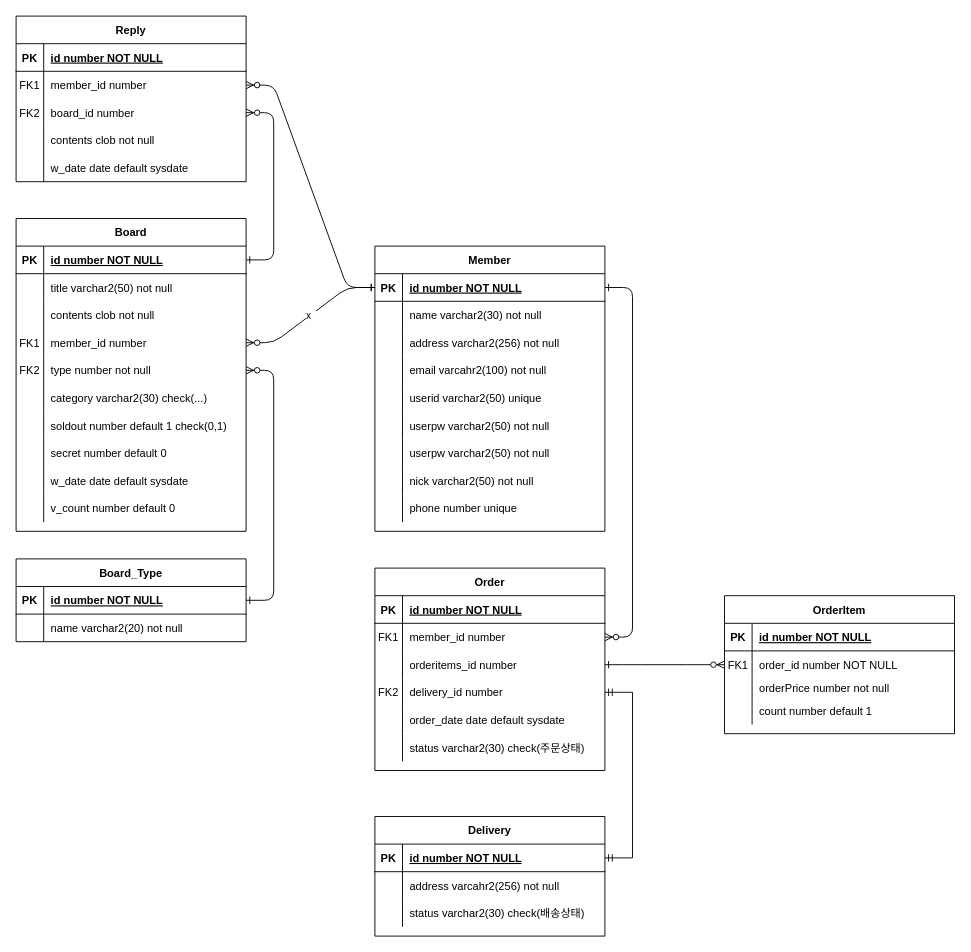
asdf26532/Payment keeps this draw.io diagram as DBSetting/order.drawio. Above is the earlier version. Source tidied: cells renumbered, new cells numbered last; positions are measured from the earlier drawing's top-left corner, leaving out a move shared by most shapes. Both pictures are drawn from the tidied source at 92%, with x=0, y=0 at pixel (-490, 2).
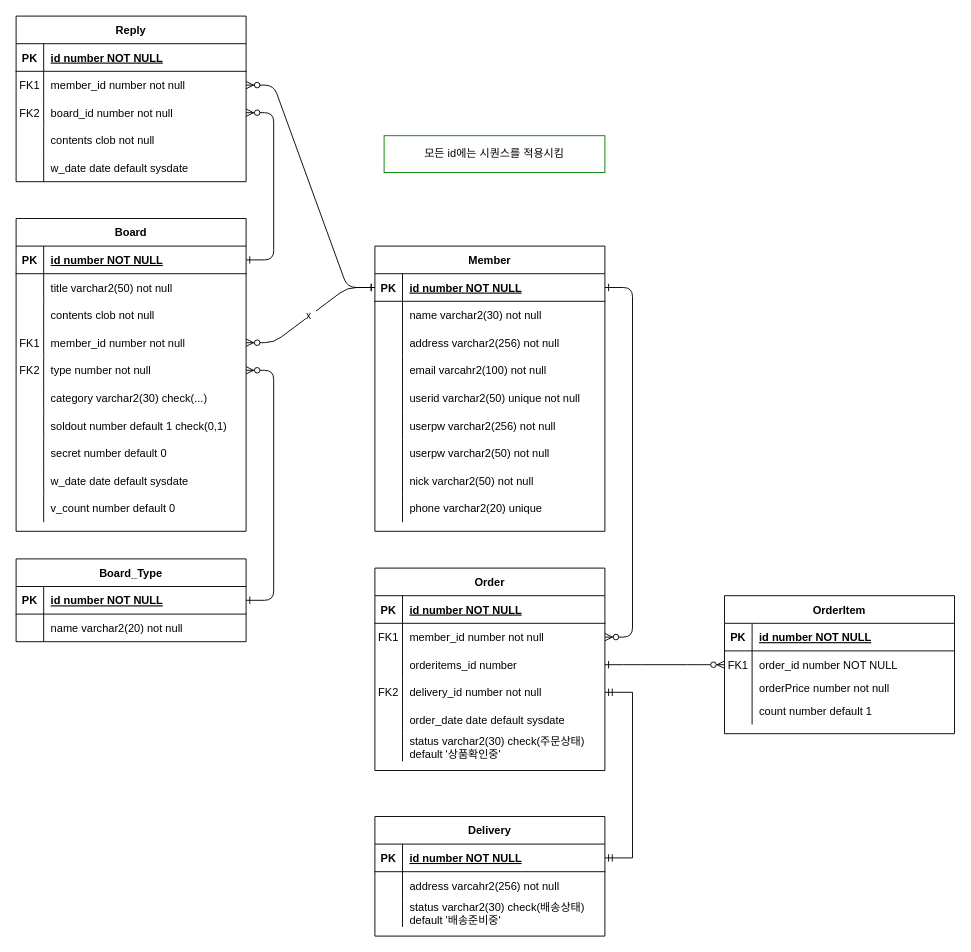
The same diagram, later.

The change refers to these unchanged cells:
```xml
<mxCell id="8" style="shape=partialRectangle;fillColor=none;points=[[0,0.5],[1,0.5]];portConstraint=eastwest;top=0;left=0;right=0;bottom=0;" parent="4" vertex="1">
  <mxGeometry y="60" width="250" height="30" as="geometry" />
</mxCell>
<mxCell id="14" style="shape=partialRectangle;fillColor=none;points=[[0,0.5],[1,0.5]];portConstraint=eastwest;top=0;left=0;right=0;bottom=0;" parent="4" vertex="1">
  <mxGeometry y="120" width="250" height="30" as="geometry" />
</mxCell>
<mxCell id="20" style="shape=partialRectangle;fillColor=none;top=0;left=0;right=0;bottom=0;" parent="4" vertex="1">
  <mxGeometry y="180" width="250" height="30" as="geometry" />
</mxCell>
<mxCell id="30" style="shape=partialRectangle;fillColor=none;top=0;left=0;right=0;bottom=0;" parent="23" vertex="1">
  <mxGeometry y="90" width="250" height="30" as="geometry" />
</mxCell>
<mxCell id="46" style="shape=partialRectangle;fillColor=none;top=0;left=0;right=0;bottom=0;" parent="33" vertex="1">
  <mxGeometry y="150" width="250" height="30" as="geometry" />
</mxCell>
<mxCell id="49" style="shape=partialRectangle;fillColor=none;top=0;left=0;right=0;bottom=0;" parent="33" vertex="1">
  <mxGeometry y="180" width="250" height="30" as="geometry" />
</mxCell>
<mxCell id="58" style="shape=partialRectangle;fillColor=none;top=0;left=0;right=0;bottom=0;" parent="33" vertex="1">
  <mxGeometry y="270" width="250" height="30" as="geometry" />
</mxCell>
<mxCell id="85" style="shape=partialRectangle;fillColor=none;points=[[0,0.5],[1,0.5]];portConstraint=eastwest;top=0;left=0;right=0;bottom=0;" parent="75" vertex="1">
  <mxGeometry y="120" width="250" height="30" as="geometry" />
</mxCell>
<mxCell id="119" style="shape=partialRectangle;fillColor=none;points=[[0,0.5],[1,0.5]];portConstraint=eastwest;top=0;left=0;right=0;bottom=0;" parent="115" vertex="1">
  <mxGeometry y="60" width="250" height="30" as="geometry" />
</mxCell>
<mxCell id="122" style="shape=partialRectangle;fillColor=none;points=[[0,0.5],[1,0.5]];portConstraint=eastwest;top=0;left=0;right=0;bottom=0;" parent="115" vertex="1">
  <mxGeometry y="90" width="250" height="30" as="geometry" />
</mxCell>
```

The edit, as a diff of the source:
```diff
@@
-    <mxCell id="10" value="member_id number" style="shape=partialRectangle;overflow=hidden;fillColor=none;top=0;left=0;bottom=0;right=0;align=left;spacingLeft=6;" parent="8" vertex="1">
+    <mxCell id="10" value="member_id number not null" style="shape=partialRectangle;overflow=hidden;fillColor=none;top=0;left=0;bottom=0;right=0;align=left;spacingLeft=6;" parent="8" vertex="1">
       <mxGeometry x="30" width="220" height="30" as="geometry" />
     </mxCell>
@@
-    <mxCell id="16" value="delivery_id number" style="shape=partialRectangle;overflow=hidden;fillColor=none;top=0;left=0;bottom=0;right=0;align=left;spacingLeft=6;" parent="14" vertex="1">
+    <mxCell id="16" value="delivery_id number not null" style="shape=partialRectangle;overflow=hidden;fillColor=none;top=0;left=0;bottom=0;right=0;align=left;spacingLeft=6;" parent="14" vertex="1">
       <mxGeometry x="30" width="220" height="30" as="geometry" />
     </mxCell>
@@
-    <mxCell id="22" value="status varchar2(30) check(주문상태)" style="shape=partialRectangle;overflow=hidden;fillColor=none;top=0;left=0;bottom=0;right=0;align=left;spacingLeft=6;" parent="20" vertex="1">
+    <mxCell id="22" value="status varchar2(30) check(주문상태)&#10;default '상품확인중'" style="shape=partialRectangle;overflow=hidden;fillColor=none;top=0;left=0;bottom=0;right=0;align=left;spacingLeft=6;" parent="20" vertex="1">
       <mxGeometry x="30" width="220" height="30" as="geometry" />
     </mxCell>
@@
-    <mxCell id="32" value="status varchar2(30) check(배송상태)" style="shape=partialRectangle;overflow=hidden;fillColor=none;top=0;left=0;bottom=0;right=0;align=left;spacingLeft=6;" parent="30" vertex="1">
+    <mxCell id="32" value="status varchar2(30) check(배송상태)&#10;default '배송준비중'" style="shape=partialRectangle;overflow=hidden;fillColor=none;top=0;left=0;bottom=0;right=0;align=left;spacingLeft=6;" parent="30" vertex="1">
       <mxGeometry x="30" width="220" height="30" as="geometry" />
     </mxCell>
@@
-    <mxCell id="48" value="userid varchar2(50) unique" style="shape=partialRectangle;overflow=hidden;fillColor=none;top=0;left=0;bottom=0;right=0;align=left;spacingLeft=6;" parent="46" vertex="1">
+    <mxCell id="48" value="userid varchar2(50) unique not null" style="shape=partialRectangle;overflow=hidden;fillColor=none;top=0;left=0;bottom=0;right=0;align=left;spacingLeft=6;" parent="46" vertex="1">
       <mxGeometry x="30" width="220" height="30" as="geometry" />
     </mxCell>
@@
-    <mxCell id="51" value="userpw varchar2(50) not null" style="shape=partialRectangle;overflow=hidden;fillColor=none;top=0;left=0;bottom=0;right=0;align=left;spacingLeft=6;" parent="49" vertex="1">
+    <mxCell id="51" value="userpw varchar2(256) not null" style="shape=partialRectangle;overflow=hidden;fillColor=none;top=0;left=0;bottom=0;right=0;align=left;spacingLeft=6;" parent="49" vertex="1">
       <mxGeometry x="30" width="220" height="30" as="geometry" />
     </mxCell>
@@
-    <mxCell id="60" value="phone number unique" style="shape=partialRectangle;overflow=hidden;fillColor=none;top=0;left=0;bottom=0;right=0;align=left;spacingLeft=6;" parent="58" vertex="1">
+    <mxCell id="60" value="phone varchar2(20) unique" style="shape=partialRectangle;overflow=hidden;fillColor=none;top=0;left=0;bottom=0;right=0;align=left;spacingLeft=6;" parent="58" vertex="1">
       <mxGeometry x="30" width="220" height="30" as="geometry" />
     </mxCell>
@@
-    <mxCell id="87" value="member_id number" style="shape=partialRectangle;overflow=hidden;fillColor=none;top=0;left=0;bottom=0;right=0;align=left;spacingLeft=6;" parent="85" vertex="1">
+    <mxCell id="87" value="member_id number not null" style="shape=partialRectangle;overflow=hidden;fillColor=none;top=0;left=0;bottom=0;right=0;align=left;spacingLeft=6;" parent="85" vertex="1">
       <mxGeometry x="30" width="220" height="30" as="geometry" />
     </mxCell>
@@
-    <mxCell id="121" value="member_id number" style="shape=partialRectangle;overflow=hidden;fillColor=none;top=0;left=0;bottom=0;right=0;align=left;spacingLeft=6;" parent="119" vertex="1">
+    <mxCell id="121" value="member_id number not null" style="shape=partialRectangle;overflow=hidden;fillColor=none;top=0;left=0;bottom=0;right=0;align=left;spacingLeft=6;" parent="119" vertex="1">
       <mxGeometry x="30" width="220" height="30" as="geometry" />
     </mxCell>
@@
-    <mxCell id="124" value="board_id number" style="shape=partialRectangle;overflow=hidden;fillColor=none;top=0;left=0;bottom=0;right=0;align=left;spacingLeft=6;" parent="122" vertex="1">
+    <mxCell id="124" value="board_id number not null" style="shape=partialRectangle;overflow=hidden;fillColor=none;top=0;left=0;bottom=0;right=0;align=left;spacingLeft=6;" parent="122" vertex="1">
       <mxGeometry x="30" width="220" height="30" as="geometry" />
     </mxCell>
@@
+    <mxCell id="133" value="모든 id에는 시퀀스를 적용시킴" style="text;strokeColor=green;align=center;fillColor=none;html=1;verticalAlign=middle;whiteSpace=wrap;rounded=0;" parent="1" vertex="1">
+      <mxGeometry x="950" y="145" width="240" height="40" as="geometry" />
+    </mxCell>
```
